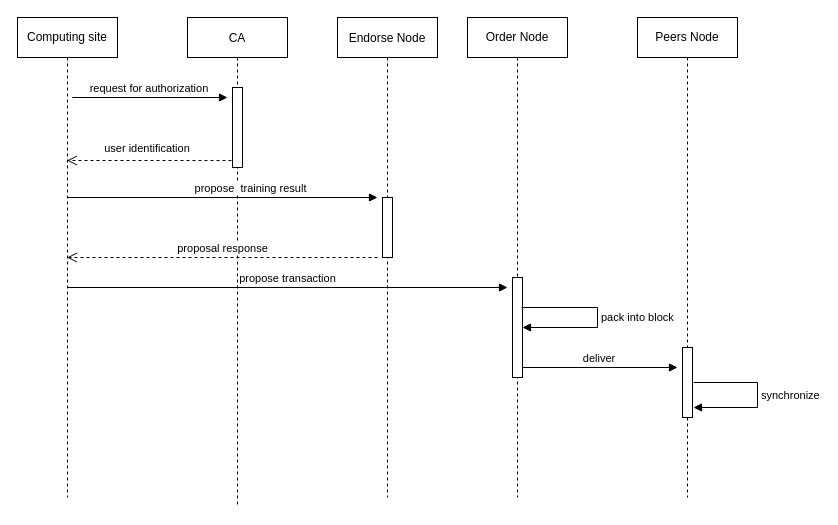
Above: sequenceDiagram_modelTraining.drawio in unnc-fose-20126522/Health-Status-Monitoring-System-based-on-Hyperledger-Fabric-and-ModeChain (draw.io), before the change. Source tidied: cells renumbered, new cells numbered last; positions are measured from the earlier drawing's top-left corner, leaving out a move shared by most shapes. Both pictures are drawn from the tidied source at 100%, with x=0, y=0 at pixel (17, 17).
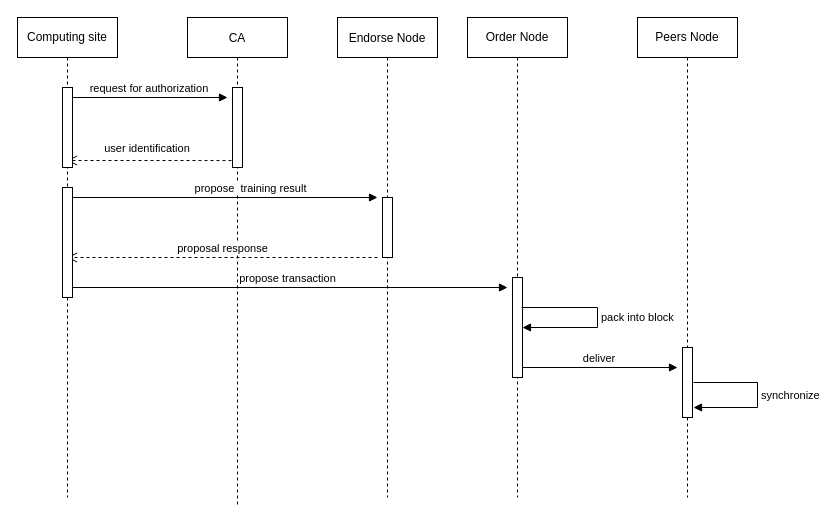
The same page after the edit.

The change refers to these unchanged cells:
```xml
<mxCell id="18" value="Computing site" style="shape=umlLifeline;perimeter=lifelinePerimeter;whiteSpace=wrap;html=1;outlineConnect=0;" parent="1" vertex="1">
  <mxGeometry width="100" height="480" as="geometry" />
</mxCell>
```

Diff of the diagram source:
```diff
@@
+    <mxCell id="19" style="html=1;perimeter=orthogonalPerimeter;" parent="18" vertex="1">
+      <mxGeometry x="45" y="70" width="10" height="80" as="geometry" />
+    </mxCell>
+    <mxCell id="20" style="html=1;perimeter=orthogonalPerimeter;" parent="18" vertex="1">
+      <mxGeometry x="45" y="170" width="10" height="110" as="geometry" />
+    </mxCell>
```
